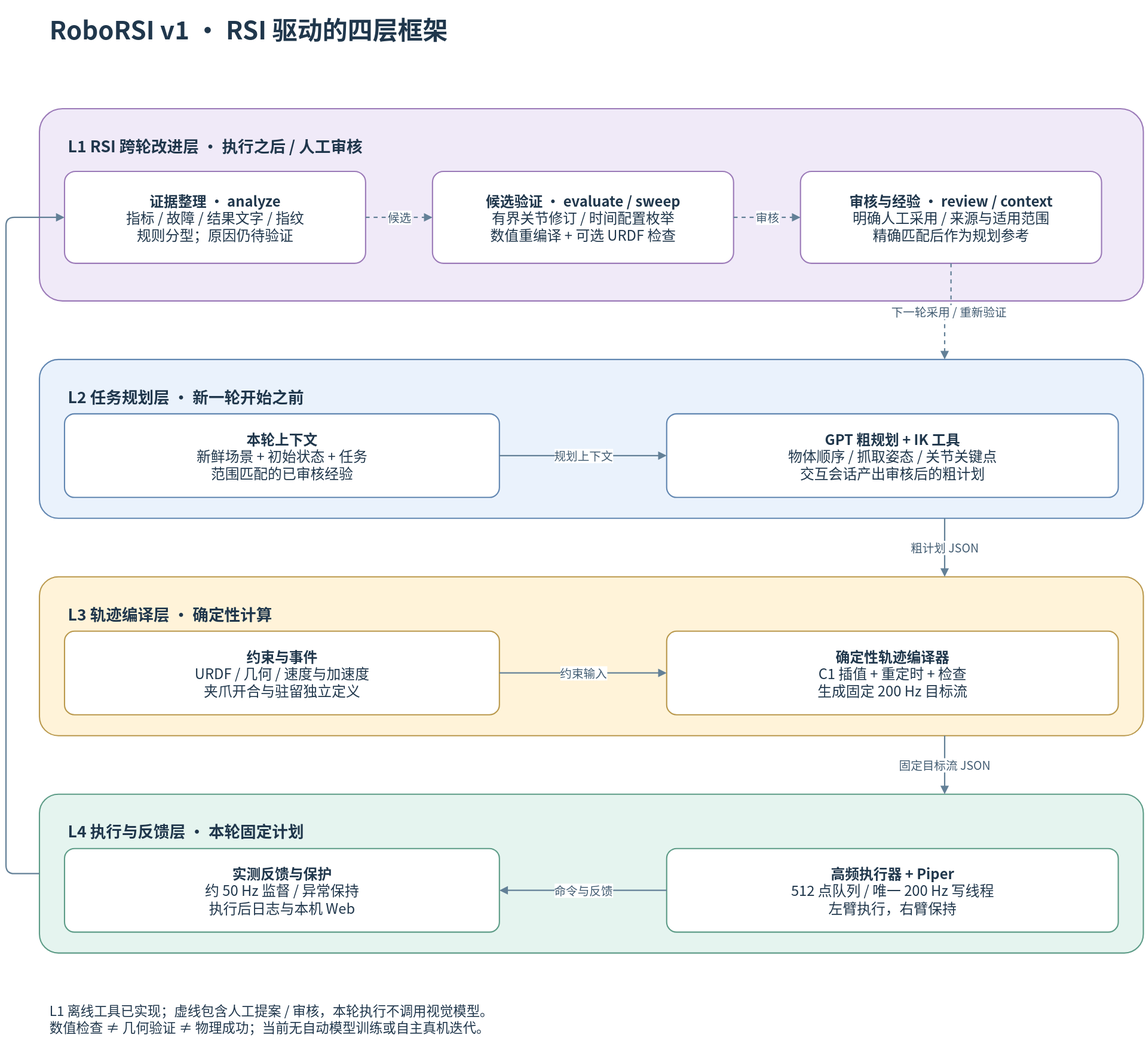
The draw.io diagram docs/figures/architecture.svg in Srt-tian/RoboRSI_v1, before a commit. Source tidied: cells renumbered, new cells last; positions are measured from the earlier drawing's top-left corner, leaving out a move shared by most shapes.
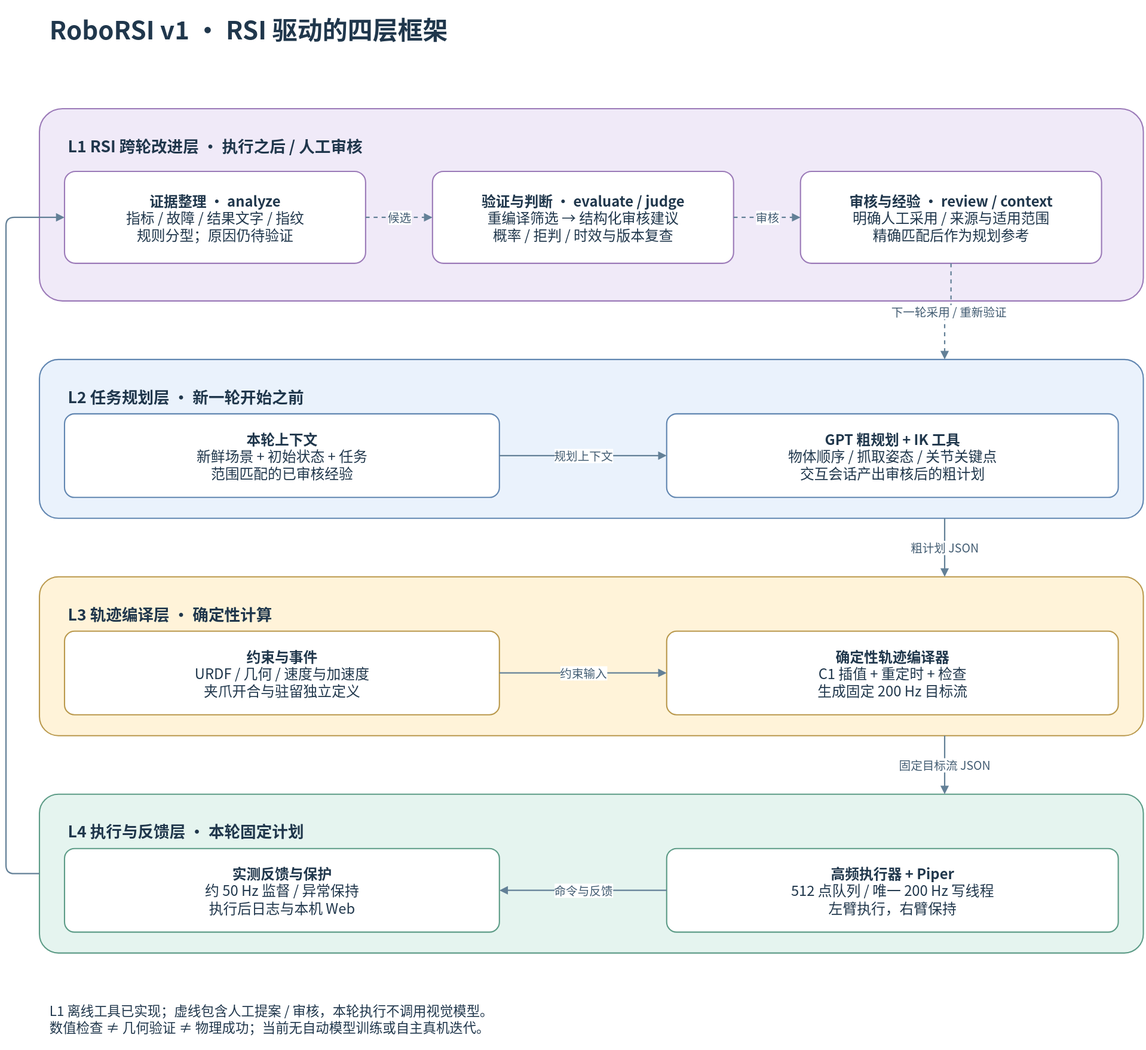
The same diagram one commit later.

Change to the diagram source:
```diff
@@ -11,7 +11,7 @@
     <mxCell id="4" value="&lt;b&gt;证据整理 · analyze&lt;/b&gt;&lt;br&gt;指标 / 故障 / 结果文字 / 指纹&lt;br&gt;规则分型；原因仍待验证" style="rounded=1;whiteSpace=wrap;html=1;fillColor=#F0EAF8;strokeColor=#9B7AB8;strokeWidth=1.5;fontFamily=Noto Sans CJK SC;fontSize=17;fontColor=#20374C;spacing=12;arcSize=12;fillColor=#FFFFFF;" parent="3" vertex="1">
       <mxGeometry x="30" y="75" width="360" height="110" as="geometry" />
     </mxCell>
-    <mxCell id="5" value="&lt;b&gt;候选验证 · evaluate / sweep&lt;/b&gt;&lt;br&gt;有界关节修订 / 时间配置枚举&lt;br&gt;数值重编译 + 可选 URDF 检查" style="rounded=1;whiteSpace=wrap;html=1;fillColor=#F0EAF8;strokeColor=#9B7AB8;strokeWidth=1.5;fontFamily=Noto Sans CJK SC;fontSize=17;fontColor=#20374C;spacing=12;arcSize=12;fillColor=#FFFFFF;" parent="3" vertex="1">
+    <mxCell id="5" value="&lt;b&gt;验证与判断 · evaluate / judge&lt;/b&gt;&lt;br&gt;重编译筛选 → 结构化审核建议&lt;br&gt;概率 / 拒判 / 时效与版本复查" style="rounded=1;whiteSpace=wrap;html=1;fillColor=#F0EAF8;strokeColor=#9B7AB8;strokeWidth=1.5;fontFamily=Noto Sans CJK SC;fontSize=17;fontColor=#20374C;spacing=12;arcSize=12;fillColor=#FFFFFF;" parent="3" vertex="1">
       <mxGeometry x="470" y="75" width="360" height="110" as="geometry" />
     </mxCell>
     <mxCell id="6" value="&lt;b&gt;审核与经验 · review / context&lt;/b&gt;&lt;br&gt;明确人工采用 / 来源与适用范围&lt;br&gt;精确匹配后作为规划参考" style="rounded=1;whiteSpace=wrap;html=1;fillColor=#F0EAF8;strokeColor=#9B7AB8;strokeWidth=1.5;fontFamily=Noto Sans CJK SC;fontSize=17;fontColor=#20374C;spacing=12;arcSize=12;fillColor=#FFFFFF;" parent="3" vertex="1">
```
